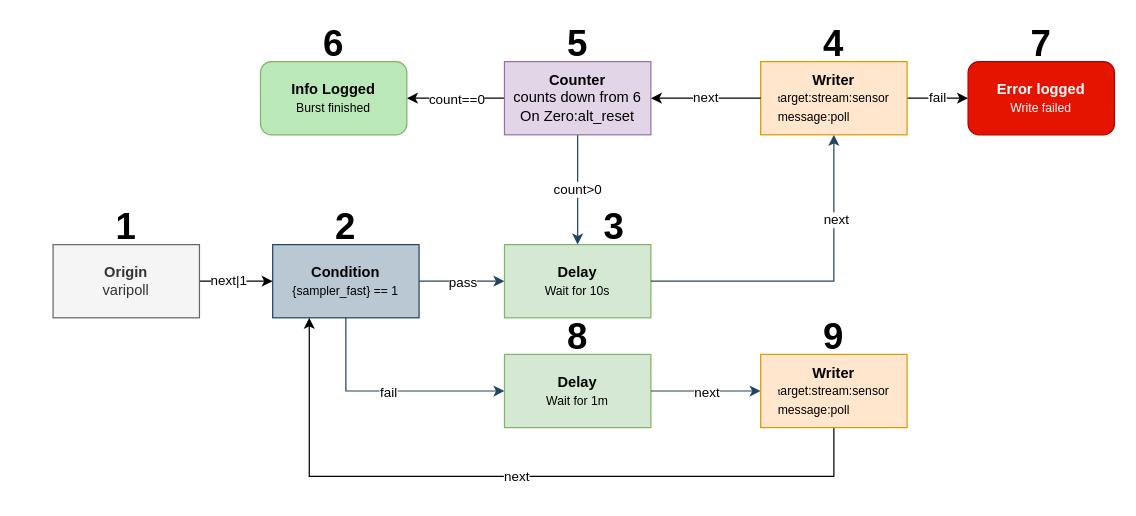
This is page "order" (2 of 8) of drawio/examples.drawio from michieltjampens/dcafs, a draw.io file, before an edit. Source tidied: cells renumbered, new cells numbered last; positions are measured from the earlier drawing's top-left corner, leaving out a move shared by most shapes. Both pictures are drawn from the tidied source at 122%, with x=0, y=0 at pixel (52, 24).
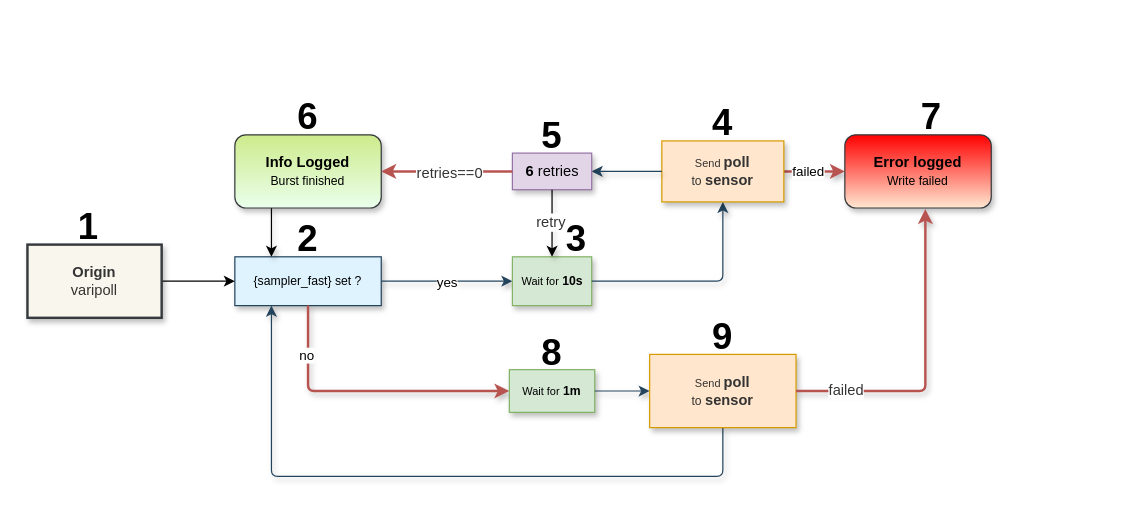
After the change.

What changed in the source:
```diff
@@
     <mxCell id="2" value="2" style="text;html=1;align=center;verticalAlign=middle;whiteSpace=wrap;rounded=0;fontSize=30;fontStyle=1;" parent="1" vertex="1">
-      <mxGeometry x="210" y="150" width="60" height="30" as="geometry" />
+      <mxGeometry x="179" y="160" width="60" height="30" as="geometry" />
     </mxCell>
     <mxCell id="3" value="1" style="text;html=1;align=center;verticalAlign=middle;whiteSpace=wrap;rounded=0;fontSize=30;fontStyle=1;" parent="1" vertex="1">
-      <mxGeometry x="30" y="150" width="60" height="30" as="geometry" />
+      <mxGeometry x="-1" y="150" width="60" height="30" as="geometry" />
     </mxCell>
     <mxCell id="4" value="3" style="text;html=1;align=center;verticalAlign=middle;whiteSpace=wrap;rounded=0;fontSize=30;fontStyle=1;" parent="1" vertex="1">
-      <mxGeometry x="430" y="150" width="60" height="30" as="geometry" />
+      <mxGeometry x="399" y="160" width="60" height="30" as="geometry" />
     </mxCell>
     <mxCell id="5" value="4" style="text;html=1;align=center;verticalAlign=middle;whiteSpace=wrap;rounded=0;fontSize=30;fontStyle=1;" parent="1" vertex="1">
-      <mxGeometry x="610" width="60" height="30" as="geometry" />
+      <mxGeometry x="519" y="65" width="60" height="30" as="geometry" />
     </mxCell>
     <mxCell id="6" value="5" style="text;html=1;align=center;verticalAlign=middle;whiteSpace=wrap;rounded=0;fontSize=30;fontStyle=1;" parent="1" vertex="1">
-      <mxGeometry x="400" width="60" height="30" as="geometry" />
+      <mxGeometry x="379" y="75" width="60" height="30" as="geometry" />
     </mxCell>
     <mxCell id="7" value="6" style="text;html=1;align=center;verticalAlign=middle;whiteSpace=wrap;rounded=0;fontSize=30;fontStyle=1;" parent="1" vertex="1">
-      <mxGeometry x="200" width="60" height="30" as="geometry" />
+      <mxGeometry x="179" y="60" width="60" height="30" as="geometry" />
     </mxCell>
     <mxCell id="8" value="7" style="text;html=1;align=center;verticalAlign=middle;whiteSpace=wrap;rounded=0;fontSize=30;fontStyle=1;" parent="1" vertex="1">
-      <mxGeometry x="780" width="60" height="30" as="geometry" />
+      <mxGeometry x="690" y="60" width="60" height="30" as="geometry" />
     </mxCell>
-    <object id="9" label="&lt;div&gt;&lt;b&gt;Condition&lt;/b&gt;&lt;/div&gt;&lt;div&gt;&lt;font style=&quot;font-size: 10px;&quot;&gt;%expression%&lt;/font&gt;&lt;/div&gt;" expression="{sampler_fast} == 1" placeholders="1">
-      <mxCell style="rounded=0;whiteSpace=wrap;html=1;fillColor=#bac8d3;strokeColor=#23445d;" parent="1" vertex="1">
-        <mxGeometry x="180" y="180" width="120" height="60" as="geometry" />
+    <object id="9" label="&lt;span style=&quot;font-size: 10px;&quot;&gt;%expression% ?&lt;/span&gt;" expression="{sampler_fast} set" placeholders="1">
+      <mxCell style="rounded=0;whiteSpace=wrap;html=1;fillColor=#DFF3FF;strokeColor=#23445d;shadow=1;align=center;verticalAlign=middle;fontFamily=Helvetica;fontSize=12;fontColor=default;" parent="1" vertex="1">
+        <mxGeometry x="149" y="190" width="120" height="40" as="geometry" />
       </mxCell>
     </object>
-    <mxCell id="10" style="endArrow=classic;html=1;rounded=0;exitX=1;exitY=0.5;exitDx=0;exitDy=0;fillColor=#bac8d3;strokeColor=#23445d;entryX=0;entryY=0.5;entryDx=0;entryDy=0;" parent="1" edge="1" source="9" target="15">
+    <mxCell id="10" style="endArrow=classic;html=1;rounded=1;exitX=1;exitY=0.5;exitDx=0;exitDy=0;fillColor=#bac8d3;strokeColor=#23445d;entryX=0;entryY=0.5;entryDx=0;entryDy=0;shadow=1;align=center;verticalAlign=middle;arcSize=10;fontFamily=Helvetica;fontSize=11;fontColor=default;labelBackgroundColor=default;curved=0;" parent="1" edge="1" source="9" target="15">
       <mxGeometry relative="1" as="geometry" />
     </mxCell>
-    <mxCell id="11" value="pass" style="edgeLabel;html=1;align=center;verticalAlign=middle;" parent="10" vertex="1">
+    <mxCell id="11" value="yes" style="edgeLabel;html=1;align=center;verticalAlign=middle;rounded=1;shadow=1;strokeColor=#23445d;arcSize=10;fontFamily=Helvetica;fontSize=11;fontColor=default;labelBackgroundColor=default;fillColor=#bac8d3;" parent="10" vertex="1">
       <mxGeometry x="-0.01" y="-1" relative="1" as="geometry">
         <mxPoint y="-1" as="offset" />
       </mxGeometry>
     </mxCell>
-    <mxCell id="12" style="endArrow=classic;html=1;rounded=0;exitX=0.5;exitY=1;exitDx=0;exitDy=0;fillColor=#bac8d3;strokeColor=#23445d;entryX=0;entryY=0.5;entryDx=0;entryDy=0;" parent="1" edge="1" source="9" target="18">
+    <mxCell id="12" style="endArrow=classic;html=1;rounded=1;exitX=0.5;exitY=1;exitDx=0;exitDy=0;fillColor=#f8cecc;strokeColor=#b85450;entryX=0;entryY=0.5;entryDx=0;entryDy=0;align=center;verticalAlign=middle;arcSize=10;fontFamily=Helvetica;fontSize=11;fontColor=default;labelBackgroundColor=default;curved=0;strokeWidth=2;shadow=1;" parent="1" edge="1" source="9" target="18">
       <mxGeometry relative="1" as="geometry">
         <Array as="points">
-          <mxPoint x="240" y="300" />
+          <mxPoint x="209" y="300" />
         </Array>
       </mxGeometry>
     </mxCell>
-    <mxCell id="13" value="fail" style="edgeLabel;html=1;align=center;verticalAlign=middle;" parent="12" vertex="1">
+    <mxCell id="13" value="no" style="edgeLabel;html=1;align=center;verticalAlign=middle;rounded=1;strokeColor=#23445d;arcSize=10;fontFamily=Helvetica;fontSize=11;fontColor=default;labelBackgroundColor=default;fillColor=#bac8d3;" parent="12" vertex="1">
       <mxGeometry x="-0.01" y="-1" relative="1" as="geometry">
-        <mxPoint y="-1" as="offset" />
+        <mxPoint x="-48" y="-31" as="offset" />
       </mxGeometry>
     </mxCell>
-    <mxCell id="14" value="next|1" style="endArrow=classic;html=1;rounded=0;exitX=1;exitY=0.5;exitDx=0;exitDy=0;entryX=0;entryY=0.5;entryDx=0;entryDy=0;" parent="1" edge="1">
+    <mxCell id="14" value="&lt;div&gt;&lt;br&gt;&lt;/div&gt;&lt;div&gt;&lt;br&gt;&lt;/div&gt;" style="endArrow=classic;html=1;rounded=0;exitX=1;exitY=0.5;exitDx=0;exitDy=0;entryX=0;entryY=0.5;entryDx=0;entryDy=0;" parent="1" edge="1">
       <mxGeometry x="-0.2" relative="1" as="geometry">
-        <mxPoint x="120" y="210" as="sourcePoint" />
-        <mxPoint x="180" y="210" as="targetPoint" />
+        <mxPoint x="89" y="210" as="sourcePoint" />
+        <mxPoint x="149" y="210" as="targetPoint" />
       </mxGeometry>
     </mxCell>
+    <mxCell id="34" style="edgeLabel;html=1;align=center;verticalAlign=middle;rounded=0;shadow=1;strokeColor=#666666;fontFamily=Helvetica;fontSize=12;fontColor=#333333;fillColor=#f5f5f5;" parent="14" vertex="1">
+      <mxGeometry x="-0.11" y="-1" relative="1" as="geometry" />
+    </mxCell>
-    <object id="15" label="&lt;div&gt;&lt;b&gt;Delay&lt;/b&gt;&lt;/div&gt;&lt;div&gt;&lt;font style=&quot;font-size: 10px;&quot;&gt;Wait for %delay%&lt;/font&gt;&lt;/div&gt;" delay="10s" placeholders="1">
-      <mxCell style="rounded=0;whiteSpace=wrap;html=1;fillColor=#d5e8d4;strokeColor=#82b366;" parent="1" vertex="1">
-        <mxGeometry x="370" y="180" width="120" height="60" as="geometry" />
+    <object id="15" label="&lt;span style=&quot;background-color: transparent; color: light-dark(rgb(0, 0, 0), rgb(255, 255, 255));&quot;&gt;&lt;font style=&quot;font-size: 9px;&quot;&gt;Wait for&lt;/font&gt;&lt;/span&gt;&lt;span style=&quot;background-color: transparent; font-size: 10px; color: light-dark(rgb(0, 0, 0), rgb(255, 255, 255));&quot;&gt;&amp;nbsp;&lt;b&gt;%delay%&lt;/b&gt;&lt;/span&gt;" delay="10s" placeholders="1">
+      <mxCell style="rounded=0;whiteSpace=wrap;html=1;fillColor=#d5e8d4;strokeColor=#82b366;shadow=1;" parent="1" vertex="1">
+        <mxGeometry x="376.5" y="190" width="65" height="40" as="geometry" />
       </mxCell>
     </object>
-    <mxCell id="16" style="endArrow=classic;html=1;rounded=0;exitX=1;exitY=0.5;exitDx=0;exitDy=0;fillColor=#bac8d3;strokeColor=#23445d;entryX=0.5;entryY=1;entryDx=0;entryDy=0;" parent="1" edge="1" source="15" target="22">
+    <mxCell id="16" style="endArrow=classic;html=1;rounded=1;exitX=1;exitY=0.5;exitDx=0;exitDy=0;fillColor=#bac8d3;strokeColor=#23445d;entryX=0.5;entryY=1;entryDx=0;entryDy=0;curved=0;arcSize=10;shadow=1;" parent="1" edge="1" source="15" target="22">
       <mxGeometry relative="1" as="geometry">
         <Array as="points">
-          <mxPoint x="640" y="210" />
+          <mxPoint x="549" y="210" />
         </Array>
       </mxGeometry>
     </mxCell>
-    <mxCell id="17" value="next" style="edgeLabel;html=1;align=center;verticalAlign=middle;" parent="16" vertex="1">
-      <mxGeometry x="-0.01" y="-1" relative="1" as="geometry">
-        <mxPoint x="17" y="-52" as="offset" />
-      </mxGeometry>
-    </mxCell>
-    <object id="18" label="&lt;div&gt;&lt;b&gt;Delay&lt;/b&gt;&lt;/div&gt;&lt;div&gt;&lt;font style=&quot;font-size: 10px;&quot;&gt;Wait for %delay%&lt;/font&gt;&lt;/div&gt;" delay="1m" placeholders="1">
-      <mxCell style="rounded=0;whiteSpace=wrap;html=1;fillColor=#d5e8d4;strokeColor=#82b366;" parent="1" vertex="1">
-        <mxGeometry x="370" y="270" width="120" height="60" as="geometry" />
+    <object id="18" label="&lt;span style=&quot;background-color: transparent; color: light-dark(rgb(0, 0, 0), rgb(255, 255, 255));&quot;&gt;&lt;font style=&quot;font-size: 9px;&quot;&gt;Wait for&lt;/font&gt;&lt;/span&gt;&lt;span style=&quot;background-color: transparent; font-size: 10px; color: light-dark(rgb(0, 0, 0), rgb(255, 255, 255));&quot;&gt;&amp;nbsp;&lt;b&gt;%delay%&lt;/b&gt;&lt;/span&gt;" delay="1m" placeholders="1">
+      <mxCell style="rounded=0;whiteSpace=wrap;html=1;fillColor=#d5e8d4;strokeColor=#82b366;shadow=1;" parent="1" vertex="1">
+        <mxGeometry x="374" y="282.5" width="70" height="35" as="geometry" />
       </mxCell>
     </object>
-    <mxCell id="19" style="endArrow=classic;html=1;rounded=0;exitX=1;exitY=0.5;exitDx=0;exitDy=0;fillColor=#bac8d3;strokeColor=#23445d;entryX=0;entryY=0.5;entryDx=0;entryDy=0;" parent="1" edge="1" source="18" target="25">
+    <mxCell id="19" style="endArrow=classic;html=1;rounded=0;exitX=1;exitY=0.5;exitDx=0;exitDy=0;fillColor=#bac8d3;strokeColor=#23445d;entryX=0;entryY=0.5;entryDx=0;entryDy=0;shadow=1;" parent="1" edge="1" source="18" target="25">
       <mxGeometry relative="1" as="geometry" />
     </mxCell>
-    <mxCell id="20" value="next" style="edgeLabel;html=1;align=center;verticalAlign=middle;" parent="19" vertex="1">
-      <mxGeometry x="-0.01" y="-1" relative="1" as="geometry">
-        <mxPoint y="-1" as="offset" />
-      </mxGeometry>
-    </mxCell>
+    <mxCell id="35" style="edgeLabel;html=1;align=center;verticalAlign=middle;rounded=0;shadow=1;strokeColor=#666666;fontFamily=Helvetica;fontSize=12;fontColor=#333333;fillColor=#f5f5f5;" parent="19" vertex="1">
+      <mxGeometry x="0.05" y="-4" relative="1" as="geometry" />
+    </mxCell>
+    <mxCell id="36" style="edgeLabel;html=1;align=center;verticalAlign=middle;rounded=0;shadow=1;strokeColor=#666666;fontFamily=Helvetica;fontSize=12;fontColor=#333333;fillColor=#f5f5f5;" parent="19" vertex="1">
+      <mxGeometry x="0.08" y="-1" relative="1" as="geometry" />
+    </mxCell>
-    <mxCell id="21" value="fail" style="edgeStyle=orthogonalEdgeStyle;rounded=0;jettySize=auto;html=1;" parent="1" edge="1" source="22" target="31">
-      <mxGeometry relative="1" as="geometry" />
+    <mxCell id="21" value="failed" style="edgeStyle=orthogonalEdgeStyle;rounded=0;jettySize=auto;html=1;fillColor=#f8cecc;strokeColor=#b85450;strokeWidth=2;shadow=1;" parent="1" edge="1" source="22" target="31">
+      <mxGeometry x="-0.2" relative="1" as="geometry" />
     </mxCell>
-    <object id="22" label="&lt;div&gt;&lt;b&gt;Writer&lt;/b&gt;&lt;/div&gt;&lt;div style=&quot;text-align: left;&quot;&gt;&lt;font style=&quot;font-size: 8px;&quot;&gt;t&lt;/font&gt;&lt;font style=&quot;font-size: 10px;&quot;&gt;arget:%target%&lt;/font&gt;&lt;/div&gt;&lt;div style=&quot;text-align: left;&quot;&gt;&lt;font style=&quot;font-size: 10px;&quot;&gt;message:%message%&lt;/font&gt;&lt;/div&gt;" message="poll" placeholders="1" target="stream:sensor">
-      <mxCell style="rounded=0;whiteSpace=wrap;html=1;fillColor=#ffe6cc;strokeColor=#d79b00;" parent="1" vertex="1">
-        <mxGeometry x="580" y="30" width="120" height="60" as="geometry" />
+    <object id="22" label="&lt;div style=&quot;color: rgb(51, 51, 51);&quot;&gt;&lt;font style=&quot;font-size: 9px;&quot;&gt;Send&amp;nbsp;&lt;/font&gt;&lt;b&gt;%message%&lt;/b&gt;&lt;b&gt;&lt;/b&gt;&lt;/div&gt;&lt;div style=&quot;color: rgb(51, 51, 51);&quot;&gt;&lt;span style=&quot;font-size: 10px;&quot;&gt;to&lt;/span&gt;&lt;b&gt;&lt;span style=&quot;font-size: 10px;&quot;&gt;&amp;nbsp;&lt;/span&gt;%target%&lt;/b&gt;&lt;/div&gt;" message="poll" placeholders="1" target="sensor">
+      <mxCell style="rounded=0;whiteSpace=wrap;html=1;fillColor=#ffe6cc;strokeColor=#d79b00;shadow=1;" parent="1" vertex="1">
+        <mxGeometry x="499" y="95" width="100" height="50" as="geometry" />
       </mxCell>
     </object>
-    <mxCell id="23" value="count&amp;gt;0" style="endArrow=classic;html=1;rounded=0;fillColor=#bac8d3;strokeColor=#23445d;entryX=0.5;entryY=0;entryDx=0;entryDy=0;exitX=0.5;exitY=1;exitDx=0;exitDy=0;" parent="1" edge="1" source="28" target="15">
-      <mxGeometry relative="1" as="geometry">
-        <Array as="points">
-          <mxPoint x="430" y="130" />
-        </Array>
-      </mxGeometry>
-    </mxCell>
-    <mxCell id="24" value="next" style="edgeStyle=orthogonalEdgeStyle;rounded=0;jettySize=auto;html=1;entryX=0.25;entryY=1;entryDx=0;entryDy=0;exitX=0.5;exitY=1;exitDx=0;exitDy=0;" parent="1" edge="1" source="25" target="9">
+    <mxCell id="24" style="edgeStyle=orthogonalEdgeStyle;rounded=1;jettySize=auto;html=1;entryX=0.25;entryY=1;entryDx=0;entryDy=0;exitX=0.5;exitY=1;exitDx=0;exitDy=0;strokeColor=#23445d;align=center;verticalAlign=middle;arcSize=10;fontFamily=Helvetica;fontSize=11;fontColor=default;labelBackgroundColor=default;endArrow=classic;curved=0;fillColor=#bac8d3;shadow=1;" parent="1" edge="1" source="25" target="9">
       <mxGeometry relative="1" as="geometry">
         <Array as="points">
-          <mxPoint x="640" y="370" />
-          <mxPoint x="210" y="370" />
+          <mxPoint x="549" y="370" />
+          <mxPoint x="179" y="370" />
         </Array>
       </mxGeometry>
     </mxCell>
-    <object id="25" label="&lt;div&gt;&lt;b&gt;Writer&lt;/b&gt;&lt;/div&gt;&lt;div style=&quot;text-align: left;&quot;&gt;&lt;font style=&quot;font-size: 8px;&quot;&gt;t&lt;/font&gt;&lt;font style=&quot;font-size: 10px;&quot;&gt;arget:%target%&lt;/font&gt;&lt;/div&gt;&lt;div style=&quot;text-align: left;&quot;&gt;&lt;font style=&quot;font-size: 10px;&quot;&gt;message:%message%&lt;/font&gt;&lt;/div&gt;" message="poll" placeholders="1" target="stream:sensor">
-      <mxCell style="rounded=0;whiteSpace=wrap;html=1;fillColor=#ffe6cc;strokeColor=#d79b00;" parent="1" vertex="1">
-        <mxGeometry x="580" y="270" width="120" height="60" as="geometry" />
+    <object id="25" label="&lt;div style=&quot;color: rgb(51, 51, 51);&quot;&gt;&lt;font style=&quot;font-size: 9px;&quot;&gt;Send&amp;nbsp;&lt;/font&gt;&lt;b&gt;%message%&lt;/b&gt;&lt;b&gt;&lt;/b&gt;&lt;/div&gt;&lt;div style=&quot;color: rgb(51, 51, 51);&quot;&gt;&lt;span style=&quot;font-size: 10px;&quot;&gt;to&lt;/span&gt;&lt;b&gt;&lt;span style=&quot;font-size: 10px;&quot;&gt;&amp;nbsp;&lt;/span&gt;%target%&lt;/b&gt;&lt;/div&gt;" message="poll" placeholders="1" target="sensor">
+      <mxCell style="rounded=0;whiteSpace=wrap;html=1;fillColor=#ffe6cc;strokeColor=#d79b00;shadow=1;" parent="1" vertex="1">
+        <mxGeometry x="489" y="270" width="120" height="60" as="geometry" />
       </mxCell>
     </object>
-    <mxCell id="26" value="next" style="edgeStyle=orthogonalEdgeStyle;rounded=0;jettySize=auto;html=1;exitX=0;exitY=0.5;exitDx=0;exitDy=0;entryX=1;entryY=0.5;entryDx=0;entryDy=0;" parent="1" edge="1" source="22" target="28">
+    <mxCell id="26" style="edgeStyle=orthogonalEdgeStyle;rounded=1;jettySize=auto;html=1;exitX=0;exitY=0.5;exitDx=0;exitDy=0;entryX=1;entryY=0.5;entryDx=0;entryDy=0;shadow=1;strokeColor=#23445d;align=center;verticalAlign=middle;arcSize=10;fontFamily=Helvetica;fontSize=11;fontColor=default;labelBackgroundColor=default;endArrow=classic;curved=0;fillColor=#bac8d3;" parent="1" edge="1" source="22" target="38">
       <mxGeometry relative="1" as="geometry" />
     </mxCell>
-    <mxCell id="27" value="count==0" style="edgeStyle=orthogonalEdgeStyle;rounded=0;jettySize=auto;html=1;" parent="1" edge="1" source="28">
-      <mxGeometry relative="1" as="geometry">
-        <mxPoint x="290" y="60" as="targetPoint" />
-      </mxGeometry>
-    </mxCell>
-    <object id="28" label="&lt;div&gt;&lt;b&gt;Counter&lt;/b&gt;&lt;/div&gt;&lt;div&gt;counts down from %count%&lt;/div&gt;&lt;div&gt;On Zero:%onzero%&lt;/div&gt;" count="6" onzero="alt_reset" placeholders="1">
-      <mxCell style="rounded=0;whiteSpace=wrap;html=1;fillColor=#e1d5e7;strokeColor=#9673a6;" parent="1" vertex="1">
-        <mxGeometry x="370" y="30" width="120" height="60" as="geometry" />
-      </mxCell>
-    </object>
+    <mxCell id="37" style="edgeStyle=orthogonalEdgeStyle;rounded=0;jettySize=auto;html=1;entryX=0.25;entryY=0;entryDx=0;entryDy=0;fontFamily=Helvetica;fontSize=12;fontColor=#333333;shadow=1;" parent="1" edge="1" source="29" target="9">
+      <mxGeometry relative="1" as="geometry">
+        <Array as="points">
+          <mxPoint x="179" y="160" />
+          <mxPoint x="179" y="160" />
+        </Array>
+      </mxGeometry>
+    </mxCell>
     <object id="29" label="&lt;div&gt;&lt;span style=&quot;background-color: transparent;&quot;&gt;&lt;b&gt;Info Logged&lt;/b&gt;&lt;/span&gt;&lt;/div&gt;&lt;div&gt;&lt;span style=&quot;background-color: transparent;&quot;&gt;&lt;font style=&quot;font-size: 10px;&quot;&gt;%message%&lt;/font&gt;&lt;/span&gt;&lt;/div&gt;" message="Burst finished" placeholders="1">
-      <mxCell style="rounded=1;whiteSpace=wrap;html=1;fillColor=#BAE8B8;strokeColor=#82b366;glass=0;fontColor=#000000;" parent="1" vertex="1">
-        <mxGeometry x="170" y="30" width="120" height="60" as="geometry" />
+      <mxCell style="rounded=1;whiteSpace=wrap;html=1;fillColor=#cdeb8b;strokeColor=#36393d;glass=0;fontColor=default;shadow=1;align=center;verticalAlign=middle;fontFamily=Helvetica;fontSize=12;gradientColor=#EAFFEC;" parent="1" vertex="1">
+        <mxGeometry x="149" y="90" width="120" height="60" as="geometry" />
       </mxCell>
     </object>
     <object id="30" label="&lt;b&gt;Origin&lt;/b&gt;&lt;div&gt;%dcafsid%&lt;/div&gt;" dcafsid="varipoll" placeholders="1">
-      <mxCell style="rounded=0;whiteSpace=wrap;html=1;fillColor=#f5f5f5;strokeColor=#666666;fontColor=#333333;" parent="1" vertex="1">
-        <mxGeometry y="180" width="120" height="60" as="geometry" />
+      <mxCell style="rounded=0;whiteSpace=wrap;html=1;fillColor=#f9f7ed;strokeColor=#36393d;fontColor=#333333;shadow=1;strokeWidth=2;align=center;verticalAlign=middle;fontFamily=Helvetica;fontSize=12;" parent="1" vertex="1">
+        <mxGeometry x="-21" y="180" width="110" height="60" as="geometry" />
       </mxCell>
     </object>
     <object id="31" label="&lt;div&gt;&lt;b&gt;Error logged&lt;/b&gt;&lt;/div&gt;&lt;div&gt;&lt;font style=&quot;font-size: 10px;&quot;&gt;%message%&lt;/font&gt;&lt;/div&gt;" message="Write failed" placeholders="1">
-      <mxCell style="rounded=1;whiteSpace=wrap;html=1;fillColor=#e51400;strokeColor=#B20000;glass=0;fontColor=#ffffff;" parent="1" vertex="1">
-        <mxGeometry x="750" y="30" width="120" height="60" as="geometry" />
+      <mxCell style="rounded=1;whiteSpace=wrap;html=1;fillColor=#FF0000;strokeColor=#36393d;glass=0;fontColor=default;shadow=1;align=center;verticalAlign=middle;fontFamily=Helvetica;fontSize=12;gradientColor=#FFE7D1;" parent="1" vertex="1">
+        <mxGeometry x="649" y="90" width="120" height="60" as="geometry" />
       </mxCell>
     </object>
     <mxCell id="32" value="8" style="text;html=1;align=center;verticalAlign=middle;whiteSpace=wrap;rounded=0;fontSize=30;fontStyle=1;" parent="1" vertex="1">
-      <mxGeometry x="400" y="240" width="60" height="30" as="geometry" />
+      <mxGeometry x="379" y="252.5" width="60" height="30" as="geometry" />
     </mxCell>
     <mxCell id="33" value="9" style="text;html=1;align=center;verticalAlign=middle;whiteSpace=wrap;rounded=0;fontSize=30;fontStyle=1;" parent="1" vertex="1">
-      <mxGeometry x="610" y="240" width="60" height="30" as="geometry" />
+      <mxGeometry x="519" y="240" width="60" height="30" as="geometry" />
     </mxCell>
+    <object id="38" label="&lt;div&gt;&lt;span style=&quot;background-color: transparent; color: light-dark(rgb(0, 0, 0), rgb(255, 255, 255));&quot;&gt;&lt;b&gt;%count%&lt;/b&gt; retries&lt;/span&gt;&lt;/div&gt;" count="6" placeholders="1">
+      <mxCell style="rounded=0;whiteSpace=wrap;html=1;fillColor=#e1d5e7;strokeColor=#9673a6;shadow=1;align=center;verticalAlign=middle;fontFamily=Helvetica;fontSize=12;fontColor=#333333;" parent="1" vertex="1">
+        <mxGeometry x="376.5" y="105" width="65" height="30" as="geometry" />
+      </mxCell>
+    </object>
+    <mxCell id="39" style="endArrow=classic;html=1;rounded=1;exitX=0;exitY=0.5;exitDx=0;exitDy=0;fillColor=#f8cecc;strokeColor=#b85450;strokeWidth=2;curved=0;arcSize=10;fontFamily=Helvetica;fontSize=12;fontColor=#333333;entryX=1;entryY=0.5;entryDx=0;entryDy=0;" parent="1" edge="1" source="38" target="29">
+      <mxGeometry relative="1" as="geometry" />
+    </mxCell>
+    <mxCell id="40" value="retries==0" style="edgeLabel;html=1;align=center;verticalAlign=middle;rounded=0;shadow=1;strokeColor=#666666;fontFamily=Helvetica;fontSize=12;fontColor=#333333;fillColor=#f5f5f5;" parent="39" vertex="1">
+      <mxGeometry x="-0.04" y="1" relative="1" as="geometry" />
+    </mxCell>
+    <mxCell id="41" style="endArrow=classic;html=1;rounded=1;exitX=0.5;exitY=1;exitDx=0;exitDy=0;curved=0;arcSize=10;fontFamily=Helvetica;fontSize=12;fontColor=#333333;entryX=0.5;entryY=0;entryDx=0;entryDy=0;shadow=1;" parent="1" edge="1" source="38" target="15">
+      <mxGeometry relative="1" as="geometry" />
+    </mxCell>
+    <mxCell id="42" value="retry" style="edgeLabel;html=1;align=center;verticalAlign=middle;rounded=0;shadow=1;strokeColor=#666666;fontFamily=Helvetica;fontSize=12;fontColor=#333333;fillColor=#f5f5f5;" parent="41" vertex="1">
+      <mxGeometry x="-0.01" y="-1" relative="1" as="geometry">
+        <mxPoint x="-1" y="-1" as="offset" />
+      </mxGeometry>
+    </mxCell>
+    <mxCell id="43" value="failed" style="edgeStyle=orthogonalEdgeStyle;rounded=1;jettySize=auto;html=1;fontFamily=Helvetica;fontSize=12;fontColor=#333333;curved=0;strokeWidth=2;fillColor=#f8cecc;strokeColor=#b85450;arcSize=10;entryX=0.55;entryY=1.014;entryDx=0;entryDy=0;entryPerimeter=0;shadow=1;" parent="1" edge="1" source="25" target="31">
+      <mxGeometry x="-0.68" relative="1" as="geometry" />
+    </mxCell>
```
